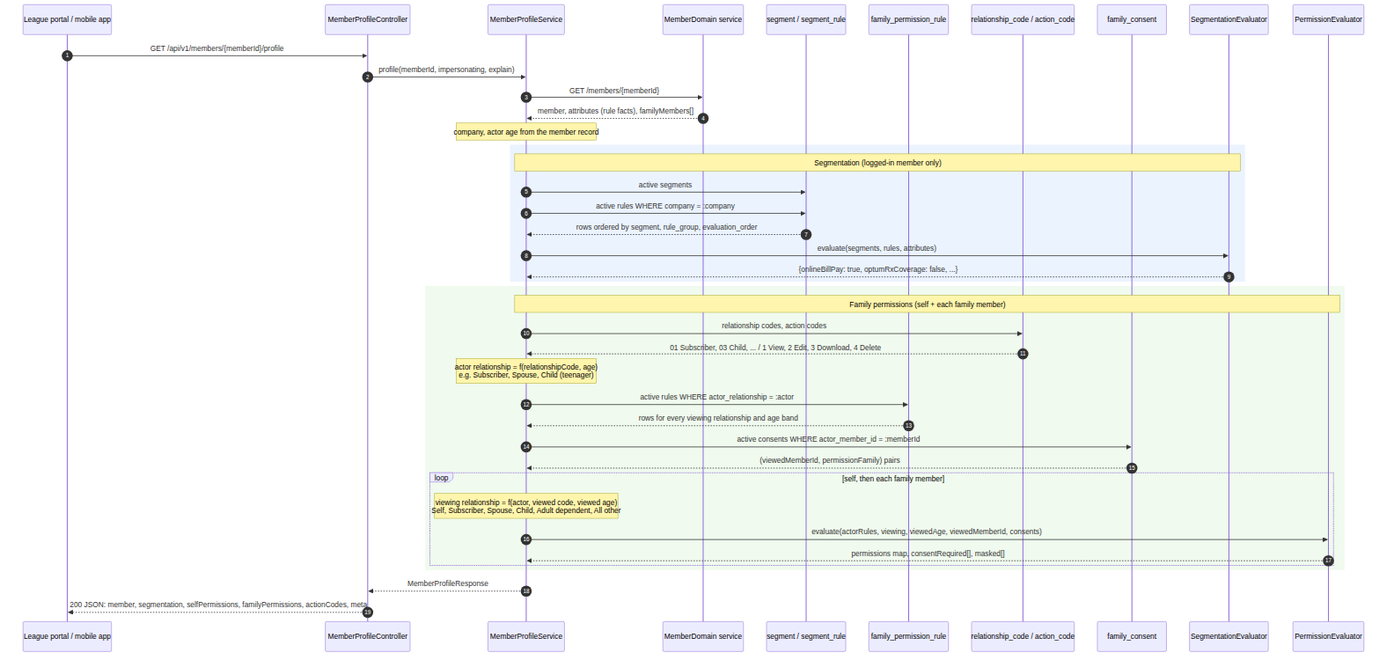
Earlier version of the Mermaid export docs/diagrams/member-profile-data-flow.png (thehiddenbrain/Interop). Its source is kept beside it as docs/diagrams/member-profile-data-flow.mmd.
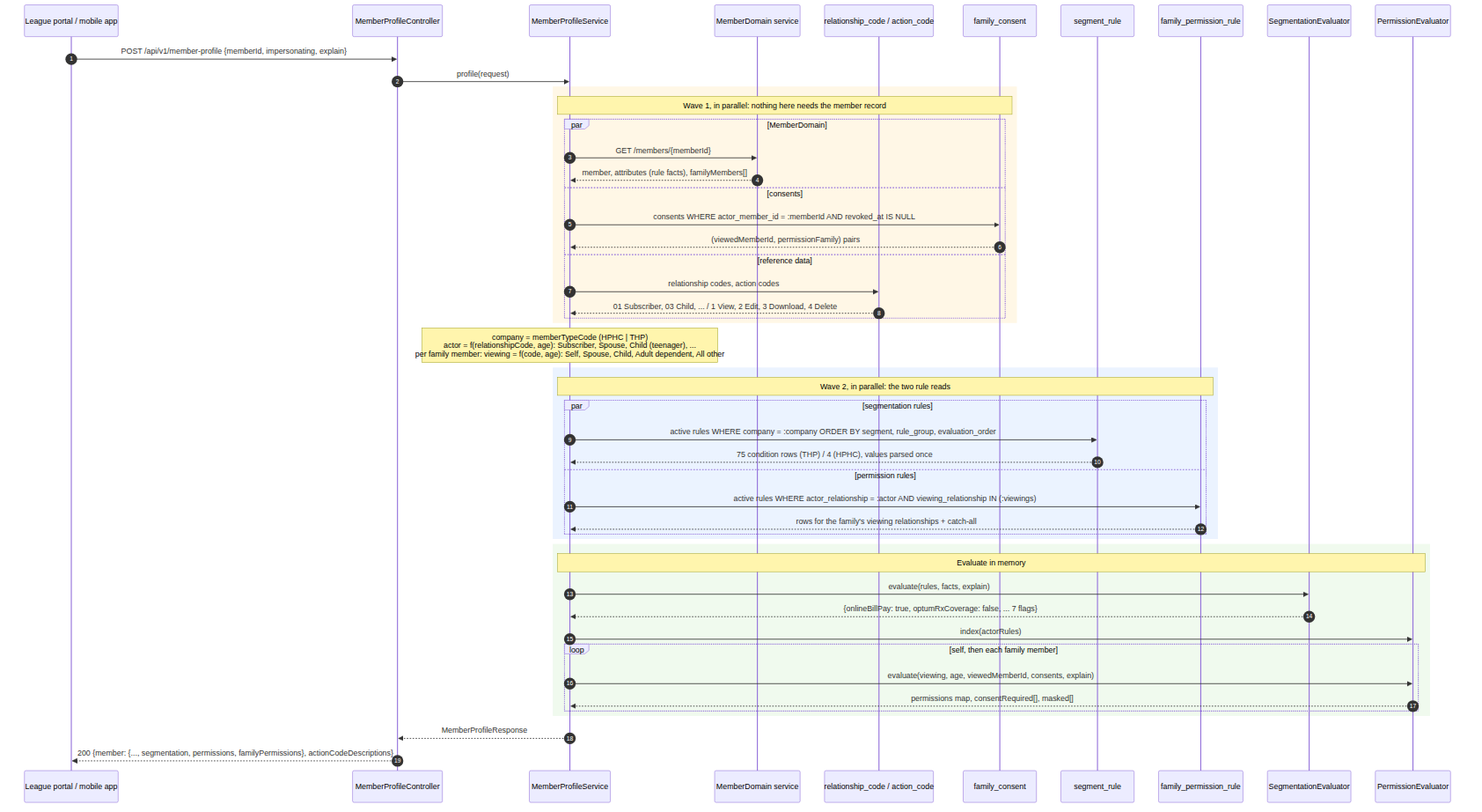
The same diagram one commit later.

The edit, as a diff of the source:
```diff
@@ -4,43 +4,53 @@
     participant C as MemberProfileController
     participant S as MemberProfileService
     participant MD as MemberDomain service
-    participant SR as segment / segment_rule
-    participant PR as family_permission_rule
     participant RC as relationship_code / action_code
     participant FC as family_consent
+    participant SR as segment_rule
+    participant PR as family_permission_rule
     participant SE as SegmentationEvaluator
     participant PE as PermissionEvaluator
 
-    L->>C: GET /api/v1/members/{memberId}/profile
-    C->>S: profile(memberId, impersonating, explain)
-    S->>MD: GET /members/{memberId}
-    MD-->>S: member, attributes (rule facts), familyMembers[]
-    Note over S: company, actor age from the member record
+    L->>C: POST /api/v1/member-profile {memberId, impersonating, explain}
+    C->>S: profile(request)
+
+    rect rgb(255, 247, 230)
+        Note over S,FC: Wave 1, in parallel: nothing here needs the member record
+        par MemberDomain
+            S->>MD: GET /members/{memberId}
+            MD-->>S: member, attributes (rule facts), familyMembers[]
+        and consents
+            S->>FC: consents WHERE actor_member_id = :memberId AND revoked_at IS NULL
+            FC-->>S: (viewedMemberId, permissionFamily) pairs
+        and reference data
+            S->>RC: relationship codes, action codes
+            RC-->>S: 01 Subscriber, 03 Child, ... / 1 View, 2 Edit, 3 Download, 4 Delete
+        end
+    end
+
+    Note over S: company = memberTypeCode (HPHC | THP)<br/>actor = f(relationshipCode, age): Subscriber, Spouse, Child (teenager), ...<br/>per family member: viewing = f(code, age): Self, Spouse, Child, Adult dependent, All other
 
     rect rgb(235, 243, 255)
-        Note over S,SE: Segmentation (logged-in member only)
-        S->>SR: active segments
-        S->>SR: active rules WHERE company = :company
-        SR-->>S: rows ordered by segment, rule_group, evaluation_order
-        S->>SE: evaluate(segments, rules, attributes)
-        SE-->>S: {onlineBillPay: true, optumRxCoverage: false, ...}
+        Note over S,PR: Wave 2, in parallel: the two rule reads
+        par segmentation rules
+            S->>SR: active rules WHERE company = :company ORDER BY segment, rule_group, evaluation_order
+            SR-->>S: 75 condition rows (THP) / 4 (HPHC), values parsed once
+        and permission rules
+            S->>PR: active rules WHERE actor_relationship = :actor AND viewing_relationship IN (:viewings)
+            PR-->>S: rows for the family's viewing relationships + catch-all
+        end
     end
 
     rect rgb(240, 250, 238)
-        Note over S,PE: Family permissions (self + each family member)
-        S->>RC: relationship codes, action codes
-        RC-->>S: 01 Subscriber, 03 Child, ... / 1 View, 2 Edit, 3 Download, 4 Delete
-        Note over S: actor relationship = f(relationshipCode, age)<br/>e.g. Subscriber, Spouse, Child (teenager)
-        S->>PR: active rules WHERE actor_relationship = :actor
-        PR-->>S: rows for every viewing relationship and age band
-        S->>FC: active consents WHERE actor_member_id = :memberId
-        FC-->>S: (viewedMemberId, permissionFamily) pairs
+        Note over S,PE: Evaluate in memory
+        S->>SE: evaluate(rules, facts, explain)
+        SE-->>S: {onlineBillPay: true, optumRxCoverage: false, ... 7 flags}
+        S->>PE: index(actorRules)
         loop self, then each family member
-            Note over S: viewing relationship = f(actor, viewed code, viewed age)<br/>Self, Subscriber, Spouse, Child, Adult dependent, All other
-            S->>PE: evaluate(actorRules, viewing, viewedAge, viewedMemberId, consents)
+            S->>PE: evaluate(viewing, age, viewedMemberId, consents, explain)
             PE-->>S: permissions map, consentRequired[], masked[]
         end
     end
 
     S-->>C: MemberProfileResponse
-    C-->>L: 200 JSON: member, segmentation, selfPermissions, familyPermissions, actionCodes, meta
+    C-->>L: 200 {member: {..., segmentation, permissions, familyPermissions}, actionCodeDescriptions}
```
